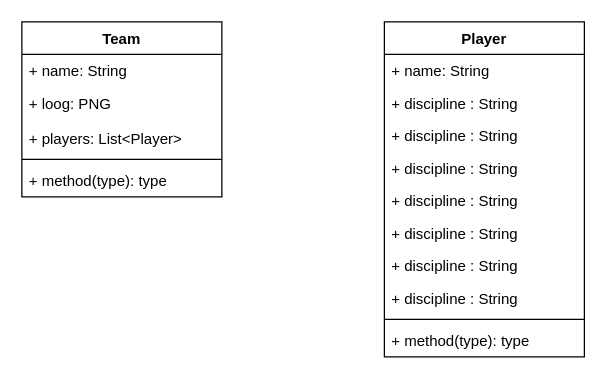
The draw.io diagram TournamentGrid.drawio in TarkWight/TournamentGrid, before the edit. Source tidied: cells renumbered, new cells numbered last; positions are measured from the earlier drawing's top-left corner, leaving out a move shared by most shapes. Both pictures are drawn from the tidied source at 125%, with x=0, y=0 at pixel (21, 21).
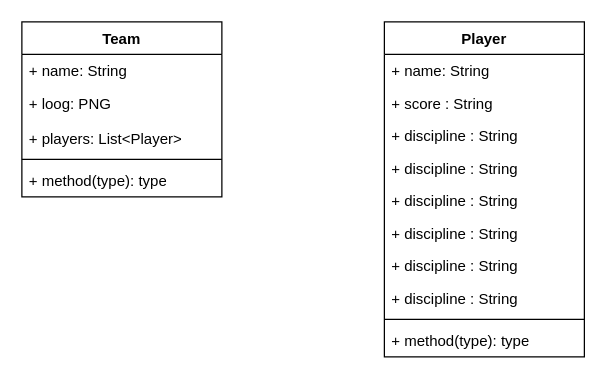
Above is the later version.

Commit message:
Add a little bit classes TournamentGrid.drawio

Diff of the diagram source:
```diff
@@
 <mxGraphModel>
   <root>
     <mxCell id="0" />
     <mxCell id="1" parent="0" />
     <mxCell id="2" value="Team" style="swimlane;fontStyle=1;align=center;verticalAlign=top;horizontal=1;startSize=26;whiteSpace=wrap;html=1;" parent="1" vertex="1">
       <mxGeometry width="160" height="140" as="geometry" />
     </mxCell>
     <mxCell id="3" value="+ name: String" style="text;strokeColor=none;fillColor=none;align=left;verticalAlign=top;spacingLeft=4;spacingRight=4;overflow=hidden;whiteSpace=wrap;html=1;" parent="2" vertex="1">
       <mxGeometry y="26" width="160" height="26" as="geometry" />
     </mxCell>
     <mxCell id="4" value="+ loog: PNG" style="text;strokeColor=none;fillColor=none;align=left;verticalAlign=top;spacingLeft=4;spacingRight=4;overflow=hidden;whiteSpace=wrap;html=1;" parent="2" vertex="1">
       <mxGeometry y="52" width="160" height="28" as="geometry" />
     </mxCell>
     <mxCell id="5" value="+ players: List&amp;lt;Player&amp;gt;" style="text;strokeColor=none;fillColor=none;align=left;verticalAlign=top;spacingLeft=4;spacingRight=4;overflow=hidden;whiteSpace=wrap;html=1;" parent="2" vertex="1">
       <mxGeometry y="80" width="160" height="26" as="geometry" />
     </mxCell>
     <mxCell id="6" style="line;strokeWidth=1;fillColor=none;align=left;verticalAlign=middle;spacingTop=-1;spacingLeft=3;spacingRight=3;labelPosition=right;strokeColor=inherit;" parent="2" vertex="1">
       <mxGeometry y="106" width="160" height="8" as="geometry" />
     </mxCell>
     <mxCell id="7" value="+ method(type): type" style="text;strokeColor=none;fillColor=none;align=left;verticalAlign=top;spacingLeft=4;spacingRight=4;overflow=hidden;whiteSpace=wrap;html=1;" parent="2" vertex="1">
       <mxGeometry y="114" width="160" height="26" as="geometry" />
     </mxCell>
     <mxCell id="8" value="Player" style="swimlane;fontStyle=1;align=center;verticalAlign=top;horizontal=1;startSize=26;whiteSpace=wrap;html=1;" parent="1" vertex="1">
       <mxGeometry x="290" width="160" height="268" as="geometry" />
     </mxCell>
     <mxCell id="9" value="+ name: String" style="text;strokeColor=none;fillColor=none;align=left;verticalAlign=top;spacingLeft=4;spacingRight=4;overflow=hidden;whiteSpace=wrap;html=1;" parent="8" vertex="1">
       <mxGeometry y="26" width="160" height="26" as="geometry" />
     </mxCell>
-    <mxCell id="10" value="+ discipline : String" style="text;strokeColor=none;fillColor=none;align=left;verticalAlign=top;spacingLeft=4;spacingRight=4;overflow=hidden;whiteSpace=wrap;html=1;" parent="8" vertex="1">
+    <mxCell id="10" value="+ score&amp;nbsp;: String" style="text;strokeColor=none;fillColor=none;align=left;verticalAlign=top;spacingLeft=4;spacingRight=4;overflow=hidden;whiteSpace=wrap;html=1;" parent="8" vertex="1">
       <mxGeometry y="52" width="160" height="26" as="geometry" />
     </mxCell>
     <mxCell id="11" value="+ discipline : String" style="text;strokeColor=none;fillColor=none;align=left;verticalAlign=top;spacingLeft=4;spacingRight=4;overflow=hidden;whiteSpace=wrap;html=1;" parent="8" vertex="1">
       <mxGeometry y="78" width="160" height="26" as="geometry" />
     </mxCell>
     <mxCell id="12" value="+ discipline : String" style="text;strokeColor=none;fillColor=none;align=left;verticalAlign=top;spacingLeft=4;spacingRight=4;overflow=hidden;whiteSpace=wrap;html=1;" parent="8" vertex="1">
       <mxGeometry y="104" width="160" height="26" as="geometry" />
     </mxCell>
     <mxCell id="13" value="+ discipline : String" style="text;strokeColor=none;fillColor=none;align=left;verticalAlign=top;spacingLeft=4;spacingRight=4;overflow=hidden;whiteSpace=wrap;html=1;" parent="8" vertex="1">
       <mxGeometry y="130" width="160" height="26" as="geometry" />
     </mxCell>
     <mxCell id="14" value="+ discipline : String" style="text;strokeColor=none;fillColor=none;align=left;verticalAlign=top;spacingLeft=4;spacingRight=4;overflow=hidden;whiteSpace=wrap;html=1;" parent="8" vertex="1">
       <mxGeometry y="156" width="160" height="26" as="geometry" />
     </mxCell>
     <mxCell id="15" value="+ discipline : String" style="text;strokeColor=none;fillColor=none;align=left;verticalAlign=top;spacingLeft=4;spacingRight=4;overflow=hidden;whiteSpace=wrap;html=1;" parent="8" vertex="1">
       <mxGeometry y="182" width="160" height="26" as="geometry" />
     </mxCell>
     <mxCell id="16" value="+ discipline : String" style="text;strokeColor=none;fillColor=none;align=left;verticalAlign=top;spacingLeft=4;spacingRight=4;overflow=hidden;whiteSpace=wrap;html=1;" parent="8" vertex="1">
       <mxGeometry y="208" width="160" height="26" as="geometry" />
     </mxCell>
     <mxCell id="17" style="line;strokeWidth=1;fillColor=none;align=left;verticalAlign=middle;spacingTop=-1;spacingLeft=3;spacingRight=3;labelPosition=right;strokeColor=inherit;" parent="8" vertex="1">
       <mxGeometry y="234" width="160" height="8" as="geometry" />
     </mxCell>
     <mxCell id="18" value="+ method(type): type" style="text;strokeColor=none;fillColor=none;align=left;verticalAlign=top;spacingLeft=4;spacingRight=4;overflow=hidden;whiteSpace=wrap;html=1;" parent="8" vertex="1">
       <mxGeometry y="242" width="160" height="26" as="geometry" />
     </mxCell>
   </root>
 </mxGraphModel>
```
